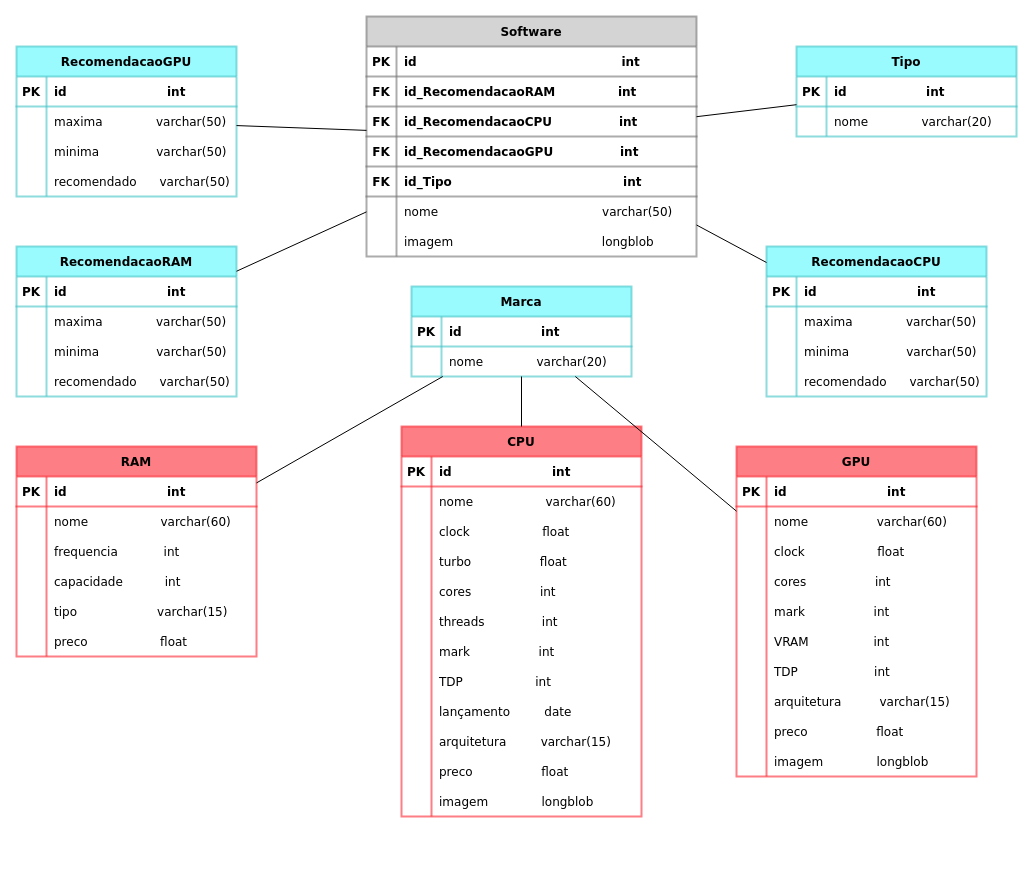
This is page "MER" (2 of 2) of Abstração do Projeto "GHYM".drawio from Tavares194/Project-GHYM-PJI231-2022, a draw.io file, before an edit. Source tidied: cells renumbered, new cells numbered last; positions are measured from the earlier drawing's top-left corner, leaving out a move shared by most shapes. Both pictures are drawn from the tidied source at 100%, with x=0, y=0 at pixel (16, 16).
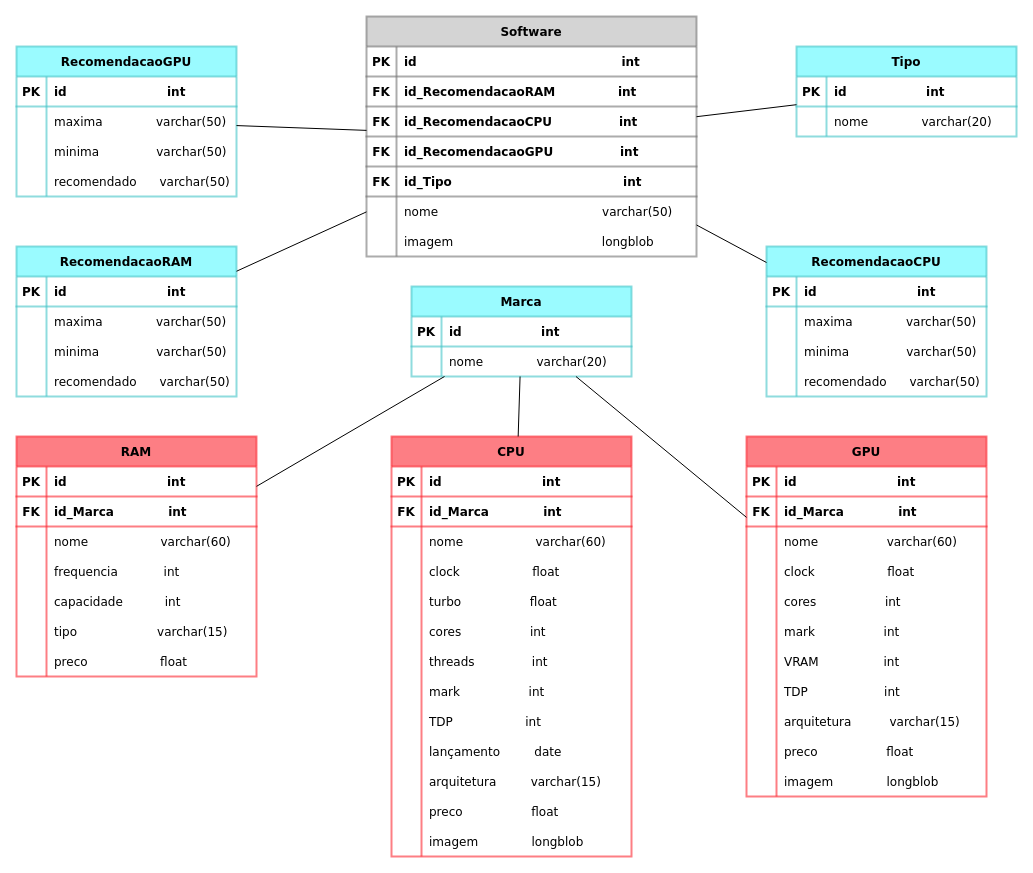
Above is the later version.

Change to the diagram source:
```diff
@@
     <mxCell id="64" value="RAM" style="shape=table;startSize=30;childLayout=tableLayout;rowLines=0;fontStyle=1;align=center;shadow=0;fontFamily=Verdana;strokeColor=#FC2832;strokeWidth=2;fillColor=#FC2832;opacity=60;" parent="1" vertex="1">
-      <mxGeometry y="430" width="240" height="210" as="geometry" />
+      <mxGeometry y="420" width="240" height="240" as="geometry" />
     </mxCell>
+    <mxCell id="171" style="shape=tableRow;horizontal=0;startSize=0;swimlaneHead=0;swimlaneBody=0;fillColor=none;top=0;left=0;right=0;bottom=1;shadow=0;fontFamily=Verdana;strokeColor=#FC2832;strokeWidth=2;opacity=60;" parent="64" vertex="1">
+      <mxGeometry y="30" width="240" height="30" as="geometry" />
+    </mxCell>
+    <mxCell id="172" value="PK" style="shape=partialRectangle;fillColor=none;top=0;left=0;bottom=0;right=0;fontStyle=1;overflow=hidden;shadow=0;fontFamily=Verdana;strokeColor=#FC2832;strokeWidth=2;opacity=60;" parent="171" vertex="1">
+      <mxGeometry width="30" height="30" as="geometry" />
+    </mxCell>
+    <mxCell id="173" value="id                        int" style="shape=partialRectangle;fillColor=none;top=0;left=0;bottom=0;right=0;align=left;spacingLeft=6;fontStyle=1;overflow=hidden;shadow=0;fontFamily=Verdana;strokeColor=#FC2832;strokeWidth=2;opacity=60;" parent="171" vertex="1">
+      <mxGeometry x="30" width="210" height="30" as="geometry" />
+    </mxCell>
     <mxCell id="65" style="shape=tableRow;horizontal=0;startSize=0;swimlaneHead=0;swimlaneBody=0;fillColor=none;top=0;left=0;right=0;bottom=1;shadow=0;fontFamily=Verdana;strokeColor=#FC2832;strokeWidth=2;opacity=60;" parent="64" vertex="1">
-      <mxGeometry y="30" width="240" height="30" as="geometry" />
+      <mxGeometry y="60" width="240" height="30" as="geometry" />
     </mxCell>
-    <mxCell id="66" value="PK" style="shape=partialRectangle;fillColor=none;top=0;left=0;bottom=0;right=0;fontStyle=1;overflow=hidden;shadow=0;fontFamily=Verdana;strokeColor=#FC2832;strokeWidth=2;opacity=60;" parent="65" vertex="1">
+    <mxCell id="66" value="FK" style="shape=partialRectangle;fillColor=none;top=0;left=0;bottom=0;right=0;fontStyle=1;overflow=hidden;shadow=0;fontFamily=Verdana;strokeColor=#FC2832;strokeWidth=2;opacity=60;" parent="65" vertex="1">
       <mxGeometry width="30" height="30" as="geometry" />
     </mxCell>
-    <mxCell id="67" value="id                        int" style="shape=partialRectangle;fillColor=none;top=0;left=0;bottom=0;right=0;align=left;spacingLeft=6;fontStyle=1;overflow=hidden;shadow=0;fontFamily=Verdana;strokeColor=#FC2832;strokeWidth=2;opacity=60;" parent="65" vertex="1">
+    <mxCell id="67" value="id_Marca             int" style="shape=partialRectangle;fillColor=none;top=0;left=0;bottom=0;right=0;align=left;spacingLeft=6;fontStyle=1;overflow=hidden;shadow=0;fontFamily=Verdana;strokeColor=#FC2832;strokeWidth=2;opacity=60;" parent="65" vertex="1">
       <mxGeometry x="30" width="210" height="30" as="geometry" />
     </mxCell>
-    <mxCell id="68" style="shape=tableRow;horizontal=0;startSize=0;swimlaneHead=0;swimlaneBody=0;fillColor=none;top=0;left=0;right=0;bottom=0;shadow=0;fontFamily=Verdana;strokeColor=#FC2832;strokeWidth=2;opacity=60;" parent="64" vertex="1">
-      <mxGeometry y="60" width="240" height="30" as="geometry" />
-    </mxCell>
-    <mxCell id="69" style="shape=partialRectangle;fillColor=none;top=0;left=0;bottom=0;right=0;overflow=hidden;shadow=0;fontFamily=Verdana;strokeColor=#FC2832;strokeWidth=2;opacity=60;" parent="68" vertex="1">
-      <mxGeometry width="30" height="30" as="geometry" />
-    </mxCell>
+    <mxCell id="174" style="shape=tableRow;horizontal=0;startSize=0;swimlaneHead=0;swimlaneBody=0;fillColor=none;top=0;left=0;right=0;bottom=0;shadow=0;fontFamily=Verdana;strokeColor=#FC2832;strokeWidth=2;opacity=60;" parent="64" vertex="1">
+      <mxGeometry y="90" width="240" height="30" as="geometry" />
+    </mxCell>
+    <mxCell id="175" style="shape=partialRectangle;fillColor=none;top=0;left=0;bottom=0;right=0;overflow=hidden;shadow=0;fontFamily=Verdana;strokeColor=#FC2832;strokeWidth=2;opacity=60;" parent="174" vertex="1">
+      <mxGeometry width="30" height="30" as="geometry" />
+    </mxCell>
-    <mxCell id="70" value="nome                   varchar(60)" style="shape=partialRectangle;fillColor=none;top=0;left=0;bottom=0;right=0;align=left;spacingLeft=6;overflow=hidden;shadow=0;fontFamily=Verdana;strokeColor=#FC2832;strokeWidth=2;opacity=60;" parent="68" vertex="1">
+    <mxCell id="70" value="nome                   varchar(60)" style="shape=partialRectangle;fillColor=none;top=0;left=0;bottom=0;right=0;align=left;spacingLeft=6;overflow=hidden;shadow=0;fontFamily=Verdana;strokeColor=#FC2832;strokeWidth=2;opacity=60;" parent="174" vertex="1">
       <mxGeometry x="30" width="210" height="30" as="geometry" />
     </mxCell>
     <mxCell id="71" style="shape=tableRow;horizontal=0;startSize=0;swimlaneHead=0;swimlaneBody=0;fillColor=none;top=0;left=0;right=0;bottom=0;shadow=0;fontFamily=Verdana;strokeColor=#FC2832;strokeWidth=2;opacity=60;" parent="64" vertex="1">
-      <mxGeometry y="90" width="240" height="30" as="geometry" />
+      <mxGeometry y="120" width="240" height="30" as="geometry" />
     </mxCell>
@@
     <mxCell id="74" style="shape=tableRow;horizontal=0;startSize=0;swimlaneHead=0;swimlaneBody=0;fillColor=none;top=0;left=0;right=0;bottom=0;shadow=0;fontFamily=Verdana;strokeColor=#FC2832;strokeWidth=2;opacity=60;" parent="64" vertex="1">
-      <mxGeometry y="120" width="240" height="30" as="geometry" />
+      <mxGeometry y="150" width="240" height="30" as="geometry" />
     </mxCell>
@@
     <mxCell id="77" style="shape=tableRow;horizontal=0;startSize=0;swimlaneHead=0;swimlaneBody=0;fillColor=none;top=0;left=0;right=0;bottom=0;shadow=0;fontFamily=Verdana;strokeColor=#FC2832;strokeWidth=2;opacity=60;" parent="64" vertex="1">
-      <mxGeometry y="150" width="240" height="30" as="geometry" />
+      <mxGeometry y="180" width="240" height="30" as="geometry" />
     </mxCell>
@@
     <mxCell id="80" style="shape=tableRow;horizontal=0;startSize=0;swimlaneHead=0;swimlaneBody=0;fillColor=none;top=0;left=0;right=0;bottom=0;shadow=0;fontFamily=Verdana;strokeColor=#FC2832;strokeWidth=2;opacity=60;" parent="64" vertex="1">
-      <mxGeometry y="180" width="240" height="30" as="geometry" />
+      <mxGeometry y="210" width="240" height="30" as="geometry" />
     </mxCell>
@@
     <mxCell id="83" value="CPU" style="shape=table;startSize=30;childLayout=tableLayout;rowLines=0;fontStyle=1;align=center;shadow=0;fontFamily=Verdana;strokeColor=#FC2832;strokeWidth=2;fillColor=#FC2832;opacity=60;" parent="1" vertex="1">
-      <mxGeometry x="385" y="410" width="240" height="390" as="geometry" />
+      <mxGeometry x="375" y="420" width="240" height="420" as="geometry" />
     </mxCell>
+    <mxCell id="176" style="shape=tableRow;horizontal=0;startSize=0;swimlaneHead=0;swimlaneBody=0;fillColor=none;top=0;left=0;right=0;bottom=1;shadow=0;fontFamily=Verdana;strokeColor=#FC2832;strokeWidth=2;opacity=60;" parent="83" vertex="1">
+      <mxGeometry y="30" width="240" height="30" as="geometry" />
+    </mxCell>
+    <mxCell id="177" value="PK" style="shape=partialRectangle;fillColor=none;top=0;left=0;bottom=0;right=0;fontStyle=1;overflow=hidden;shadow=0;fontFamily=Verdana;strokeColor=#FC2832;strokeWidth=2;opacity=60;" parent="176" vertex="1">
+      <mxGeometry width="30" height="30" as="geometry" />
+    </mxCell>
+    <mxCell id="178" value="id                        int" style="shape=partialRectangle;fillColor=none;top=0;left=0;bottom=0;right=0;align=left;spacingLeft=6;fontStyle=1;overflow=hidden;shadow=0;fontFamily=Verdana;strokeColor=#FC2832;strokeWidth=2;opacity=60;" parent="176" vertex="1">
+      <mxGeometry x="30" width="210" height="30" as="geometry" />
+    </mxCell>
     <mxCell id="84" style="shape=tableRow;horizontal=0;startSize=0;swimlaneHead=0;swimlaneBody=0;fillColor=none;top=0;left=0;right=0;bottom=1;shadow=0;fontFamily=Verdana;strokeColor=#FC2832;strokeWidth=2;opacity=60;" parent="83" vertex="1">
-      <mxGeometry y="30" width="240" height="30" as="geometry" />
+      <mxGeometry y="60" width="240" height="30" as="geometry" />
     </mxCell>
-    <mxCell id="85" value="PK" style="shape=partialRectangle;fillColor=none;top=0;left=0;bottom=0;right=0;fontStyle=1;overflow=hidden;shadow=0;fontFamily=Verdana;strokeColor=#FC2832;strokeWidth=2;opacity=60;" parent="84" vertex="1">
+    <mxCell id="85" value="FK" style="shape=partialRectangle;fillColor=none;top=0;left=0;bottom=0;right=0;fontStyle=1;overflow=hidden;shadow=0;fontFamily=Verdana;strokeColor=#FC2832;strokeWidth=2;opacity=60;" parent="84" vertex="1">
       <mxGeometry width="30" height="30" as="geometry" />
     </mxCell>
-    <mxCell id="86" value="id                        int" style="shape=partialRectangle;fillColor=none;top=0;left=0;bottom=0;right=0;align=left;spacingLeft=6;fontStyle=1;overflow=hidden;shadow=0;fontFamily=Verdana;strokeColor=#FC2832;strokeWidth=2;opacity=60;" parent="84" vertex="1">
+    <mxCell id="86" value="id_Marca             int" style="shape=partialRectangle;fillColor=none;top=0;left=0;bottom=0;right=0;align=left;spacingLeft=6;fontStyle=1;overflow=hidden;shadow=0;fontFamily=Verdana;strokeColor=#FC2832;strokeWidth=2;opacity=60;" parent="84" vertex="1">
       <mxGeometry x="30" width="210" height="30" as="geometry" />
     </mxCell>
     <mxCell id="87" style="shape=tableRow;horizontal=0;startSize=0;swimlaneHead=0;swimlaneBody=0;fillColor=none;top=0;left=0;right=0;bottom=0;shadow=0;fontFamily=Verdana;strokeColor=#FC2832;strokeWidth=2;opacity=60;" parent="83" vertex="1">
-      <mxGeometry y="60" width="240" height="30" as="geometry" />
+      <mxGeometry y="90" width="240" height="30" as="geometry" />
     </mxCell>
@@
     <mxCell id="90" style="shape=tableRow;horizontal=0;startSize=0;swimlaneHead=0;swimlaneBody=0;fillColor=none;top=0;left=0;right=0;bottom=0;shadow=0;fontFamily=Verdana;strokeColor=#FC2832;strokeWidth=2;opacity=60;" parent="83" vertex="1">
-      <mxGeometry y="90" width="240" height="30" as="geometry" />
+      <mxGeometry y="120" width="240" height="30" as="geometry" />
     </mxCell>
@@
     <mxCell id="93" style="shape=tableRow;horizontal=0;startSize=0;swimlaneHead=0;swimlaneBody=0;fillColor=none;top=0;left=0;right=0;bottom=0;shadow=0;fontFamily=Verdana;strokeColor=#FC2832;strokeWidth=2;opacity=60;" parent="83" vertex="1">
-      <mxGeometry y="120" width="240" height="30" as="geometry" />
+      <mxGeometry y="150" width="240" height="30" as="geometry" />
     </mxCell>
@@
     <mxCell id="96" style="shape=tableRow;horizontal=0;startSize=0;swimlaneHead=0;swimlaneBody=0;fillColor=none;top=0;left=0;right=0;bottom=0;shadow=0;fontFamily=Verdana;strokeColor=#FC2832;strokeWidth=2;opacity=60;" parent="83" vertex="1">
-      <mxGeometry y="150" width="240" height="30" as="geometry" />
+      <mxGeometry y="180" width="240" height="30" as="geometry" />
     </mxCell>
@@
     <mxCell id="99" style="shape=tableRow;horizontal=0;startSize=0;swimlaneHead=0;swimlaneBody=0;fillColor=none;top=0;left=0;right=0;bottom=0;shadow=0;fontFamily=Verdana;strokeColor=#FC2832;strokeWidth=2;opacity=60;" parent="83" vertex="1">
-      <mxGeometry y="180" width="240" height="30" as="geometry" />
+      <mxGeometry y="210" width="240" height="30" as="geometry" />
     </mxCell>
@@
     <mxCell id="102" style="shape=tableRow;horizontal=0;startSize=0;swimlaneHead=0;swimlaneBody=0;fillColor=none;top=0;left=0;right=0;bottom=0;shadow=0;fontFamily=Verdana;strokeColor=#FC2832;strokeWidth=2;opacity=60;" parent="83" vertex="1">
-      <mxGeometry y="210" width="240" height="30" as="geometry" />
+      <mxGeometry y="240" width="240" height="30" as="geometry" />
     </mxCell>
@@
     <mxCell id="105" style="shape=tableRow;horizontal=0;startSize=0;swimlaneHead=0;swimlaneBody=0;fillColor=none;top=0;left=0;right=0;bottom=0;shadow=0;fontFamily=Verdana;strokeColor=#FC2832;strokeWidth=2;opacity=60;" parent="83" vertex="1">
-      <mxGeometry y="240" width="240" height="30" as="geometry" />
+      <mxGeometry y="270" width="240" height="30" as="geometry" />
     </mxCell>
@@
     <mxCell id="108" style="shape=tableRow;horizontal=0;startSize=0;swimlaneHead=0;swimlaneBody=0;fillColor=none;top=0;left=0;right=0;bottom=0;shadow=0;fontFamily=Verdana;strokeColor=#FC2832;strokeWidth=2;opacity=60;" parent="83" vertex="1">
-      <mxGeometry y="270" width="240" height="30" as="geometry" />
+      <mxGeometry y="300" width="240" height="30" as="geometry" />
     </mxCell>
@@
     <mxCell id="111" style="shape=tableRow;horizontal=0;startSize=0;swimlaneHead=0;swimlaneBody=0;fillColor=none;top=0;left=0;right=0;bottom=0;shadow=0;fontFamily=Verdana;strokeColor=#FC2832;strokeWidth=2;opacity=60;" parent="83" vertex="1">
-      <mxGeometry y="300" width="240" height="30" as="geometry" />
+      <mxGeometry y="330" width="240" height="30" as="geometry" />
     </mxCell>
@@
     <mxCell id="114" style="shape=tableRow;horizontal=0;startSize=0;swimlaneHead=0;swimlaneBody=0;fillColor=none;top=0;left=0;right=0;bottom=0;shadow=0;fontFamily=Verdana;strokeColor=#FC2832;strokeWidth=2;opacity=60;" parent="83" vertex="1">
-      <mxGeometry y="330" width="240" height="30" as="geometry" />
+      <mxGeometry y="360" width="240" height="30" as="geometry" />
     </mxCell>
@@
     <mxCell id="117" style="shape=tableRow;horizontal=0;startSize=0;swimlaneHead=0;swimlaneBody=0;fillColor=none;top=0;left=0;right=0;bottom=0;shadow=0;fontFamily=Verdana;strokeColor=#FC2832;strokeWidth=2;opacity=60;" parent="83" vertex="1">
-      <mxGeometry y="360" width="240" height="30" as="geometry" />
+      <mxGeometry y="390" width="240" height="30" as="geometry" />
     </mxCell>
@@
     <mxCell id="120" value="GPU" style="shape=table;startSize=30;childLayout=tableLayout;rowLines=0;fontStyle=1;align=center;shadow=0;fontFamily=Verdana;strokeColor=#FC2832;strokeWidth=2;fillColor=#FC2832;opacity=60;" parent="1" vertex="1">
-      <mxGeometry x="720" y="430" width="240" height="330" as="geometry" />
+      <mxGeometry x="730" y="420" width="240" height="360" as="geometry" />
     </mxCell>
@@
-    <mxCell id="124" style="shape=tableRow;horizontal=0;startSize=0;swimlaneHead=0;swimlaneBody=0;fillColor=none;top=0;left=0;right=0;bottom=0;shadow=0;fontFamily=Verdana;strokeColor=#FC2832;strokeWidth=2;opacity=60;" parent="120" vertex="1">
-      <mxGeometry y="60" width="240" height="30" as="geometry" />
-    </mxCell>
-    <mxCell id="125" style="shape=partialRectangle;fillColor=none;top=0;left=0;bottom=0;right=0;overflow=hidden;shadow=0;fontFamily=Verdana;strokeColor=#FC2832;strokeWidth=2;opacity=60;" parent="124" vertex="1">
-      <mxGeometry width="30" height="30" as="geometry" />
-    </mxCell>
+    <mxCell id="179" style="shape=tableRow;horizontal=0;startSize=0;swimlaneHead=0;swimlaneBody=0;fillColor=none;top=0;left=0;right=0;bottom=1;shadow=0;fontFamily=Verdana;strokeColor=#FC2832;strokeWidth=2;opacity=60;" parent="120" vertex="1">
+      <mxGeometry y="60" width="240" height="30" as="geometry" />
+    </mxCell>
+    <mxCell id="180" value="FK" style="shape=partialRectangle;fillColor=none;top=0;left=0;bottom=0;right=0;fontStyle=1;overflow=hidden;shadow=0;fontFamily=Verdana;strokeColor=#FC2832;strokeWidth=2;opacity=60;" parent="179" vertex="1">
+      <mxGeometry width="30" height="30" as="geometry" />
+    </mxCell>
+    <mxCell id="181" value="id_Marca             int" style="shape=partialRectangle;fillColor=none;top=0;left=0;bottom=0;right=0;align=left;spacingLeft=6;fontStyle=1;overflow=hidden;shadow=0;fontFamily=Verdana;strokeColor=#FC2832;strokeWidth=2;opacity=60;" parent="179" vertex="1">
+      <mxGeometry x="30" width="210" height="30" as="geometry" />
+    </mxCell>
+    <mxCell id="182" style="shape=tableRow;horizontal=0;startSize=0;swimlaneHead=0;swimlaneBody=0;fillColor=none;top=0;left=0;right=0;bottom=0;shadow=0;fontFamily=Verdana;strokeColor=#FC2832;strokeWidth=2;opacity=60;" parent="120" vertex="1">
+      <mxGeometry y="90" width="240" height="30" as="geometry" />
+    </mxCell>
+    <mxCell id="183" style="shape=partialRectangle;fillColor=none;top=0;left=0;bottom=0;right=0;overflow=hidden;shadow=0;fontFamily=Verdana;strokeColor=#FC2832;strokeWidth=2;opacity=60;" parent="182" vertex="1">
+      <mxGeometry width="30" height="30" as="geometry" />
+    </mxCell>
-    <mxCell id="126" value="nome                  varchar(60)" style="shape=partialRectangle;fillColor=none;top=0;left=0;bottom=0;right=0;align=left;spacingLeft=6;overflow=hidden;shadow=0;fontFamily=Verdana;strokeColor=#FC2832;strokeWidth=2;opacity=60;" parent="124" vertex="1">
+    <mxCell id="126" value="nome                  varchar(60)" style="shape=partialRectangle;fillColor=none;top=0;left=0;bottom=0;right=0;align=left;spacingLeft=6;overflow=hidden;shadow=0;fontFamily=Verdana;strokeColor=#FC2832;strokeWidth=2;opacity=60;" parent="182" vertex="1">
       <mxGeometry x="30" width="210" height="30" as="geometry" />
     </mxCell>
     <mxCell id="127" style="shape=tableRow;horizontal=0;startSize=0;swimlaneHead=0;swimlaneBody=0;fillColor=none;top=0;left=0;right=0;bottom=0;shadow=0;fontFamily=Verdana;strokeColor=#FC2832;strokeWidth=2;opacity=60;" parent="120" vertex="1">
-      <mxGeometry y="90" width="240" height="30" as="geometry" />
+      <mxGeometry y="120" width="240" height="30" as="geometry" />
     </mxCell>
@@
     <mxCell id="130" style="shape=tableRow;horizontal=0;startSize=0;swimlaneHead=0;swimlaneBody=0;fillColor=none;top=0;left=0;right=0;bottom=0;shadow=0;fontFamily=Verdana;strokeColor=#FC2832;strokeWidth=2;opacity=60;" parent="120" vertex="1">
-      <mxGeometry y="120" width="240" height="30" as="geometry" />
+      <mxGeometry y="150" width="240" height="30" as="geometry" />
     </mxCell>
@@
     <mxCell id="133" style="shape=tableRow;horizontal=0;startSize=0;swimlaneHead=0;swimlaneBody=0;fillColor=none;top=0;left=0;right=0;bottom=0;shadow=0;fontFamily=Verdana;strokeColor=#FC2832;strokeWidth=2;opacity=60;" parent="120" vertex="1">
-      <mxGeometry y="150" width="240" height="30" as="geometry" />
+      <mxGeometry y="180" width="240" height="30" as="geometry" />
     </mxCell>
@@
     <mxCell id="136" style="shape=tableRow;horizontal=0;startSize=0;swimlaneHead=0;swimlaneBody=0;fillColor=none;top=0;left=0;right=0;bottom=0;shadow=0;fontFamily=Verdana;strokeColor=#FC2832;strokeWidth=2;opacity=60;" parent="120" vertex="1">
-      <mxGeometry y="180" width="240" height="30" as="geometry" />
+      <mxGeometry y="210" width="240" height="30" as="geometry" />
     </mxCell>
@@
     <mxCell id="139" style="shape=tableRow;horizontal=0;startSize=0;swimlaneHead=0;swimlaneBody=0;fillColor=none;top=0;left=0;right=0;bottom=0;shadow=0;fontFamily=Verdana;strokeColor=#FC2832;strokeWidth=2;opacity=60;" parent="120" vertex="1">
-      <mxGeometry y="210" width="240" height="30" as="geometry" />
+      <mxGeometry y="240" width="240" height="30" as="geometry" />
     </mxCell>
@@
     <mxCell id="142" style="shape=tableRow;horizontal=0;startSize=0;swimlaneHead=0;swimlaneBody=0;fillColor=none;top=0;left=0;right=0;bottom=0;shadow=0;fontFamily=Verdana;strokeColor=#FC2832;strokeWidth=2;opacity=60;" parent="120" vertex="1">
-      <mxGeometry y="240" width="240" height="30" as="geometry" />
+      <mxGeometry y="270" width="240" height="30" as="geometry" />
     </mxCell>
@@
     <mxCell id="145" style="shape=tableRow;horizontal=0;startSize=0;swimlaneHead=0;swimlaneBody=0;fillColor=none;top=0;left=0;right=0;bottom=0;shadow=0;fontFamily=Verdana;strokeColor=#FC2832;strokeWidth=2;opacity=60;" parent="120" vertex="1">
-      <mxGeometry y="270" width="240" height="30" as="geometry" />
+      <mxGeometry y="300" width="240" height="30" as="geometry" />
     </mxCell>
@@
     <mxCell id="148" style="shape=tableRow;horizontal=0;startSize=0;swimlaneHead=0;swimlaneBody=0;fillColor=none;top=0;left=0;right=0;bottom=0;shadow=0;fontFamily=Verdana;strokeColor=#FC2832;strokeWidth=2;opacity=60;" parent="120" vertex="1">
-      <mxGeometry y="300" width="240" height="30" as="geometry" />
+      <mxGeometry y="330" width="240" height="30" as="geometry" />
     </mxCell>
```
